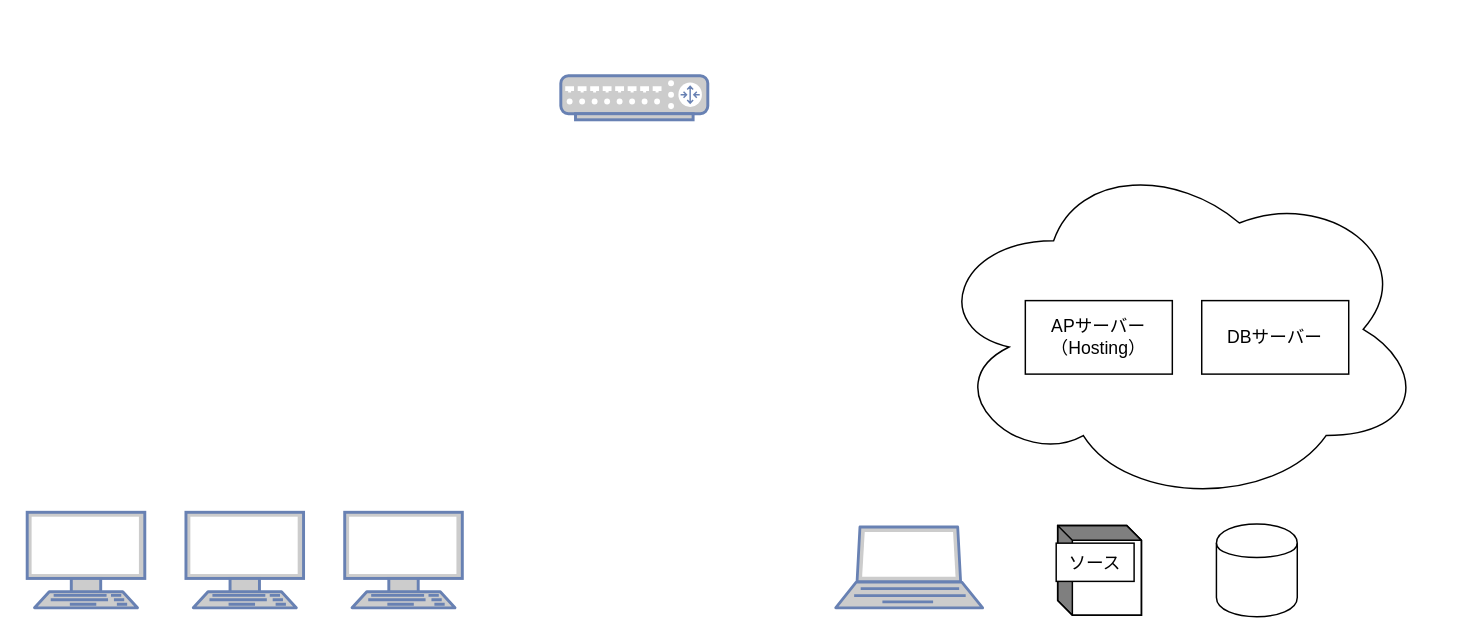
The draw.io diagram page "全体構成" (4 of 5) of 試料分析システム.drawio in kaoru387/draw.io, before the edit. Source tidied: cells renumbered, new cells numbered last; positions are measured from the earlier drawing's top-left corner, leaving out a move shared by most shapes. Both pictures are drawn from the tidied source at 147%, with x=0, y=0 at pixel (26, 75).
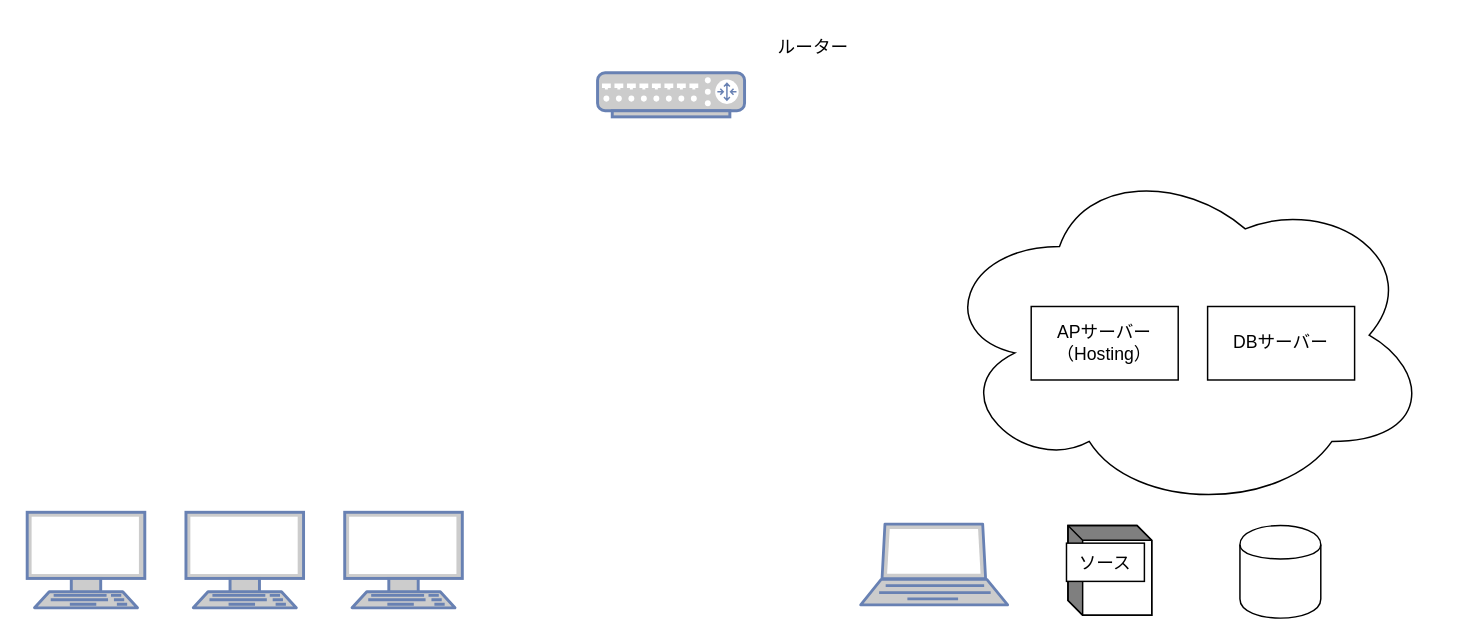
Above is the later version.

Commit message:
試料分析システム.drawio を更新します

Diff of the diagram source:
```diff
@@
 <mxGraphModel>
   <root>
     <mxCell id="0" />
     <mxCell id="1" parent="0" />
     <mxCell id="2" style="shape=cloud;whiteSpace=wrap;html=1;" parent="1" vertex="1">
-      <mxGeometry x="614" y="52" width="337" height="241" as="geometry" />
+      <mxGeometry x="618" y="56" width="337" height="241" as="geometry" />
     </mxCell>
     <mxCell id="3" style="fontColor=#0066CC;verticalAlign=top;verticalLabelPosition=bottom;labelPosition=center;align=center;html=1;fillColor=#CCCCCC;strokeColor=#6881B3;gradientColor=none;gradientDirection=north;strokeWidth=2;shape=mxgraph.networks.terminal;" parent="1" vertex="1">
       <mxGeometry y="297" width="80" height="65" as="geometry" />
     </mxCell>
     <mxCell id="4" style="fontColor=#0066CC;verticalAlign=top;verticalLabelPosition=bottom;labelPosition=center;align=center;html=1;fillColor=#CCCCCC;strokeColor=#6881B3;gradientColor=none;gradientDirection=north;strokeWidth=2;shape=mxgraph.networks.laptop;" parent="1" vertex="1">
-      <mxGeometry x="550" y="307" width="100" height="55" as="geometry" />
+      <mxGeometry x="567" y="305" width="100" height="55" as="geometry" />
     </mxCell>
     <mxCell id="5" style="fontColor=#0066CC;verticalAlign=top;verticalLabelPosition=bottom;labelPosition=center;align=center;html=1;fillColor=#CCCCCC;strokeColor=#6881B3;gradientColor=none;gradientDirection=north;strokeWidth=2;shape=mxgraph.networks.router;" parent="1" vertex="1">
-      <mxGeometry x="363" width="100" height="30" as="geometry" />
+      <mxGeometry x="388" y="-2" width="100" height="30" as="geometry" />
     </mxCell>
     <mxCell id="6" style="fontColor=#0066CC;verticalAlign=top;verticalLabelPosition=bottom;labelPosition=center;align=center;html=1;fillColor=#CCCCCC;strokeColor=#6881B3;gradientColor=none;gradientDirection=north;strokeWidth=2;shape=mxgraph.networks.terminal;" parent="1" vertex="1">
       <mxGeometry x="108" y="297" width="80" height="65" as="geometry" />
     </mxCell>
     <mxCell id="7" style="fontColor=#0066CC;verticalAlign=top;verticalLabelPosition=bottom;labelPosition=center;align=center;html=1;fillColor=#CCCCCC;strokeColor=#6881B3;gradientColor=none;gradientDirection=north;strokeWidth=2;shape=mxgraph.networks.terminal;" parent="1" vertex="1">
       <mxGeometry x="216" y="297" width="80" height="65" as="geometry" />
     </mxCell>
     <mxCell id="8" style="shape=cylinder;whiteSpace=wrap;html=1;boundedLbl=1;backgroundOutline=1;" parent="1" vertex="1">
-      <mxGeometry x="809" y="305" width="55" height="63" as="geometry" />
+      <mxGeometry x="825" y="306" width="55" height="63" as="geometry" />
     </mxCell>
     <mxCell id="9" value="DBサーバー" style="html=1;dashed=0;whiteSpace=wrap;" parent="1" vertex="1">
-      <mxGeometry x="799" y="153" width="100" height="50" as="geometry" />
+      <mxGeometry x="803" y="157" width="100" height="50" as="geometry" />
     </mxCell>
     <mxCell id="10" value="APサーバー&lt;br&gt;（Hosting）" style="html=1;dashed=0;whiteSpace=wrap;" parent="1" vertex="1">
-      <mxGeometry x="679" y="153" width="100" height="50" as="geometry" />
+      <mxGeometry x="683" y="157" width="100" height="50" as="geometry" />
     </mxCell>
     <mxCell id="11" style="html=1;dashed=0;whiteSpace=wrap;shape=mxgraph.dfd.externalEntity;" parent="1" vertex="1">
-      <mxGeometry x="701" y="306" width="57" height="61" as="geometry" />
+      <mxGeometry x="708" y="306" width="57" height="61" as="geometry" />
     </mxCell>
     <mxCell id="12" value="ソース" style="strokeColor=inherit;fillColor=inherit;gradientColor=inherit;" parent="11" vertex="1">
       <mxGeometry width="53" height="26" relative="1" as="geometry">
         <mxPoint x="-1" y="12" as="offset" />
       </mxGeometry>
     </mxCell>
+    <mxCell id="13" value="ルーター" style="text;html=1;strokeColor=none;fillColor=none;align=center;verticalAlign=middle;whiteSpace=wrap;rounded=0;" parent="1" vertex="1">
+      <mxGeometry x="505" y="-34" width="60" height="30" as="geometry" />
+    </mxCell>
   </root>
 </mxGraphModel>
```
